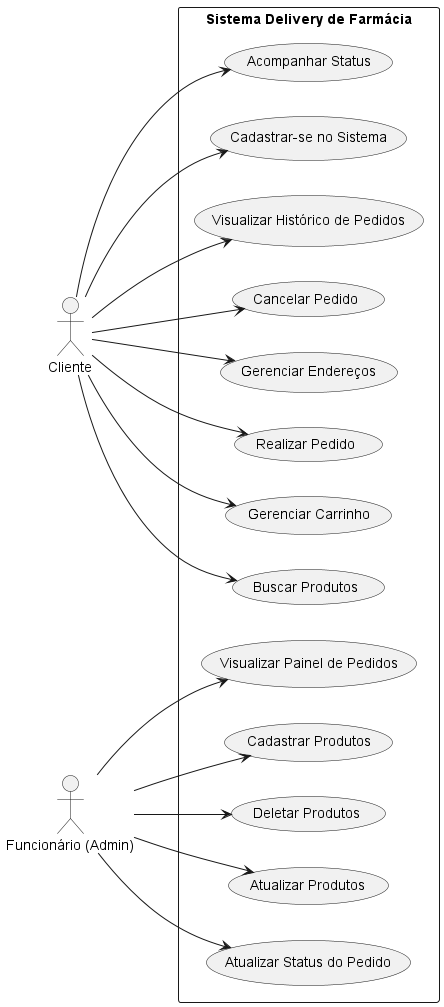
Earlier version of the PlantUML export docs/diagrama-casos-de-uso.png (joaovitor-9/Delivery_Farmacia).
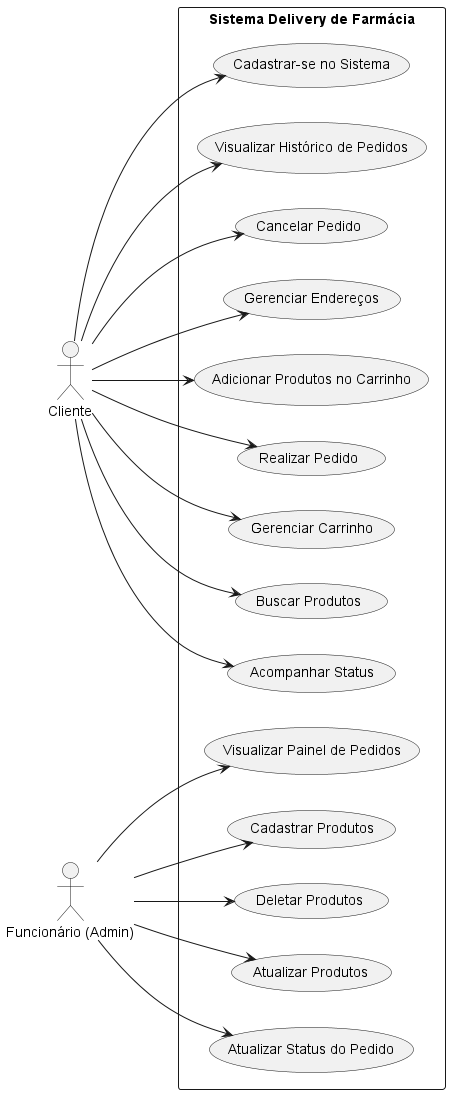
The same diagram one commit later.

What changed in the source:
```diff
@@ -20,6 +20,8 @@
     usecase "Deletar Produtos" as UC11
     usecase "Atualizar Produtos" as UC12
     usecase "Cadastrar Produtos" as UC13
+    usecase "Adicionar Produtos no Carrinho" as UC14
+
 }
 
 cliente --> UC1
@@ -30,6 +32,7 @@
 cliente --> UC8
 cliente --> UC9
 cliente --> UC10
+cliente --> UC14
 
 admin --> UC5
 admin --> UC6
```
